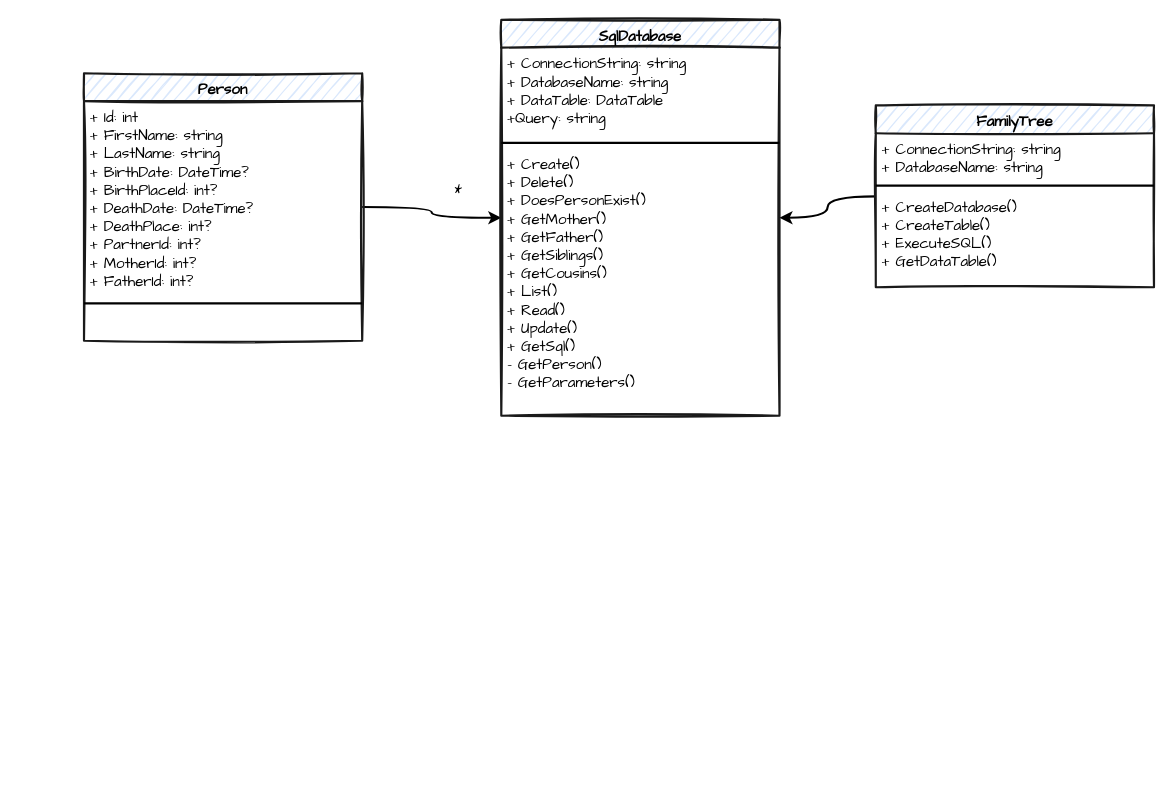
The draw.io diagram ClassDiagram.drawio in Daudi88/Genealogy, before the edit. Source tidied: cells renumbered, new cells numbered last; positions are measured from the earlier drawing's top-left corner, leaving out a move shared by most shapes. Both pictures are drawn from the tidied source at 107%, with x=0, y=0 at pixel (83, 19).
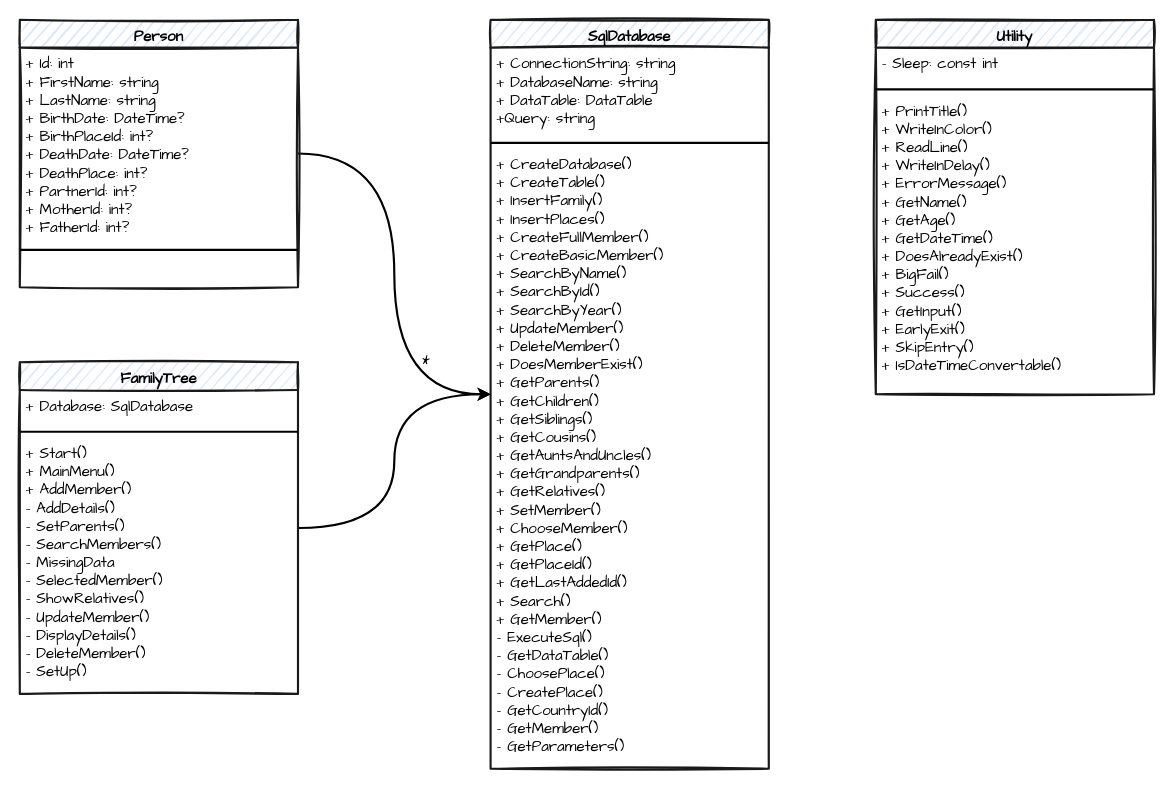
The same page after the edit.

Diff of the diagram source:
```diff
@@
     <mxCell id="3" value="Person" style="swimlane;fontStyle=1;align=center;verticalAlign=top;horizontal=1;startSize=26;strokeWidth=2;fillColor=#dae8fc;strokeColor=#1A1A1A;sketch=1;fontFamily=Comic Sans MS;fontSize=14;" parent="1" vertex="1">
-      <mxGeometry y="50" width="260" height="250" as="geometry" />
+      <mxGeometry x="-60" width="260" height="250" as="geometry" />
     </mxCell>
@@
     <mxCell id="7" value="SqlDatabase" style="swimlane;fontStyle=1;align=center;verticalAlign=top;horizontal=1;startSize=26;strokeWidth=2;fillColor=#dae8fc;strokeColor=#1A1A1A;rounded=0;sketch=1;fontFamily=Comic Sans MS;fontSize=14;" parent="1" vertex="1">
-      <mxGeometry x="390" width="260" height="370" as="geometry" />
+      <mxGeometry x="380" width="260" height="700" as="geometry" />
     </mxCell>
@@
-    <mxCell id="10" value="+ Create()&#10;+ Delete()&#10;+ DoesPersonExist()&#10;+ GetMother()&#10;+ GetFather()&#10;+ GetSiblings()&#10;+ GetCousins()&#10;+ List()&#10;+ Read()&#10;+ Update()&#10;+ GetSql()&#10;- GetPerson()&#10;- GetParameters()" style="text;strokeColor=none;fillColor=none;align=left;verticalAlign=top;spacingLeft=4;spacingRight=4;overflow=hidden;strokeWidth=2;fontFamily=Comic Sans MS;fontSize=14;" parent="7" vertex="1">
-      <mxGeometry y="120" width="260" height="250" as="geometry" />
+    <mxCell id="10" value="+ CreateDatabase()&#10;+ CreateTable()&#10;+ InsertFamily()&#10;+ InsertPlaces()&#10;+ CreateFullMember()&#10;+ CreateBasicMember()&#10;+ SearchByName()&#10;+ SearchById()&#10;+ SearchByYear()&#10;+ UpdateMember()&#10;+ DeleteMember()&#10;+ DoesMemberExist()&#10;+ GetParents()&#10;+ GetChildren()&#10;+ GetSiblings()&#10;+ GetCousins()&#10;+ GetAuntsAndUncles()&#10;+ GetGrandparents()&#10;+ GetRelatives()&#10;+ SetMember()&#10;+ ChooseMember()&#10;+ GetPlace()&#10;+ GetPlaceId()&#10;+ GetLastAddedId()&#10;+ Search()&#10;+ GetMember()&#10;- ExecuteSql()&#10;- GetDataTable()&#10;- ChoosePlace()&#10;- CreatePlace()&#10;- GetCountryId()&#10;- GetMember()&#10;- GetParameters()&#10;" style="text;strokeColor=none;fillColor=none;align=left;verticalAlign=top;spacingLeft=4;spacingRight=4;overflow=hidden;strokeWidth=2;fontFamily=Comic Sans MS;fontSize=14;" parent="7" vertex="1">
+      <mxGeometry y="120" width="260" height="580" as="geometry" />
     </mxCell>
@@
     <mxCell id="12" value="FamilyTree" style="swimlane;fontStyle=1;align=center;verticalAlign=top;horizontal=1;startSize=26;strokeWidth=2;fillColor=#dae8fc;strokeColor=#1A1A1A;sketch=1;swimlaneLine=1;glass=0;shadow=0;rounded=0;fontFamily=Comic Sans MS;fontSize=14;" parent="1" vertex="1">
-      <mxGeometry x="740" y="80" width="260" height="170" as="geometry" />
+      <mxGeometry x="-60" y="320" width="260" height="310" as="geometry" />
     </mxCell>
-    <mxCell id="13" value="+ ConnectionString: string&#10;+ DatabaseName: string" style="text;strokeColor=none;fillColor=none;align=left;verticalAlign=top;spacingLeft=4;spacingRight=4;overflow=hidden;strokeWidth=2;fontFamily=Comic Sans MS;fontSize=14;" parent="12" vertex="1">
-      <mxGeometry y="26" width="260" height="44" as="geometry" />
+    <mxCell id="13" value="+ Database: SqlDatabase" style="text;strokeColor=none;fillColor=none;align=left;verticalAlign=top;spacingLeft=4;spacingRight=4;overflow=hidden;strokeWidth=2;fontFamily=Comic Sans MS;fontSize=14;" parent="12" vertex="1">
+      <mxGeometry y="26" width="260" height="34" as="geometry" />
     </mxCell>
     <mxCell id="14" style="line;strokeWidth=2;fillColor=none;align=left;verticalAlign=middle;spacingTop=-1;spacingLeft=3;spacingRight=3;labelPosition=right;fontFamily=Comic Sans MS;fontSize=14;" parent="12" vertex="1">
-      <mxGeometry y="70" width="260" height="10" as="geometry" />
+      <mxGeometry y="60" width="260" height="10" as="geometry" />
     </mxCell>
-    <mxCell id="15" value="+ CreateDatabase()&#10;+ CreateTable()&#10;+ ExecuteSQL()&#10;+ GetDataTable()" style="text;strokeColor=none;fillColor=none;align=left;verticalAlign=top;spacingLeft=4;spacingRight=4;overflow=hidden;strokeWidth=2;fontFamily=Comic Sans MS;fontSize=14;" parent="12" vertex="1">
-      <mxGeometry y="80" width="260" height="90" as="geometry" />
+    <mxCell id="15" value="+ Start()&#10;+ MainMenu()&#10;+ AddMember()&#10;- AddDetails()&#10;- SetParents()&#10;- SearchMembers()&#10;- MissingData&#10;- SelectedMember()&#10;- ShowRelatives()&#10;- UpdateMember()&#10;- DisplayDetails()&#10;- DeleteMember()&#10;- SetUp()&#10;" style="text;strokeColor=none;fillColor=none;align=left;verticalAlign=top;spacingLeft=4;spacingRight=4;overflow=hidden;strokeWidth=2;fontFamily=Comic Sans MS;fontSize=14;" parent="12" vertex="1">
+      <mxGeometry y="70" width="260" height="240" as="geometry" />
     </mxCell>
     <mxCell id="16" value="*" style="text;html=1;strokeColor=none;fillColor=none;align=center;verticalAlign=middle;whiteSpace=wrap;rounded=0;strokeWidth=2;fontFamily=Comic Sans MS;fontSize=14;" parent="1" vertex="1">
-      <mxGeometry x="330" y="150" width="40" height="20" as="geometry" />
+      <mxGeometry x="300" y="310" width="40" height="20" as="geometry" />
     </mxCell>
+    <mxCell id="17" value="Utility" style="swimlane;fontStyle=1;align=center;verticalAlign=top;horizontal=1;startSize=26;strokeWidth=2;fillColor=#dae8fc;strokeColor=#1A1A1A;sketch=1;swimlaneLine=1;glass=0;shadow=0;rounded=0;fontFamily=Comic Sans MS;fontSize=14;" parent="1" vertex="1">
+      <mxGeometry x="740" width="260" height="350" as="geometry" />
+    </mxCell>
+    <mxCell id="18" value="- Sleep: const int" style="text;strokeColor=none;fillColor=none;align=left;verticalAlign=top;spacingLeft=4;spacingRight=4;overflow=hidden;strokeWidth=2;fontFamily=Comic Sans MS;fontSize=14;" parent="17" vertex="1">
+      <mxGeometry y="26" width="260" height="34" as="geometry" />
+    </mxCell>
+    <mxCell id="19" style="line;strokeWidth=2;fillColor=none;align=left;verticalAlign=middle;spacingTop=-1;spacingLeft=3;spacingRight=3;labelPosition=right;fontFamily=Comic Sans MS;fontSize=14;" parent="17" vertex="1">
+      <mxGeometry y="60" width="260" height="10" as="geometry" />
+    </mxCell>
+    <mxCell id="20" value="+ PrintTitle()&#10;+ WriteInColor()&#10;+ ReadLine()&#10;+ WriteInDelay()&#10;+ ErrorMessage()&#10;+ GetName()&#10;+ GetAge()&#10;+ GetDateTime()&#10;+ DoesAlreadyExist()&#10;+ BigFail()&#10;+ Success()&#10;+ GetInput()&#10;+ EarlyExit()&#10;+ SkipEntry()&#10;+ IsDateTimeConvertable()" style="text;strokeColor=none;fillColor=none;align=left;verticalAlign=top;spacingLeft=4;spacingRight=4;overflow=hidden;strokeWidth=2;fontFamily=Comic Sans MS;fontSize=14;" parent="17" vertex="1">
+      <mxGeometry y="70" width="260" height="280" as="geometry" />
+    </mxCell>
```
